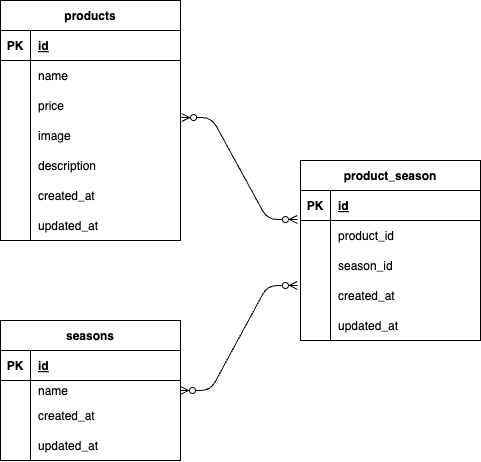
This is ER.drawio.png from sekirubeg/keita_kadai, a draw.io export, as it was before one commit. Source tidied: cells renumbered, new cells last; positions are measured from the earlier drawing's top-left corner, leaving out a move shared by most shapes.
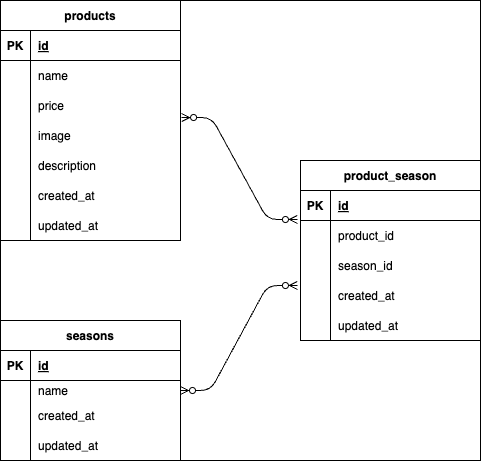
The same file after the commit.

What changed in the source:
```diff
@@ -2,6 +2,9 @@
   <root>
     <mxCell id="0" />
     <mxCell id="1" parent="0" />
+    <mxCell id="58" style="rounded=0;whiteSpace=wrap;html=1;shadow=0;" parent="1" vertex="1">
+      <mxGeometry width="480" height="460" as="geometry" />
+    </mxCell>
     <mxCell id="2" style="rounded=0;whiteSpace=wrap;html=1;shadow=0;" parent="1" vertex="1">
       <mxGeometry x="300" y="190" width="180" height="150" as="geometry" />
     </mxCell>
```
